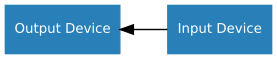
Before: docs/images/source_values/source_values.png, a diagram exported from Graphviz (gpiozero/gpiozero). Its source is kept beside it as docs/images/source_values/source_values.dot. Source of this version:
```dot
/* vim: set et sw=4 sts=4: */

digraph {
    graph [rankdir=RL];
    node [shape=rect, style=filled, color="#2980b9", fontname=Sans, fontcolor="#ffffff", fontsize=10];
    edge [arrowhead=normal, style=solid];

    input [label="Input Device"]
    output [label="Output Device"]

    input -> output;
}
```
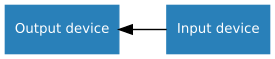
Later version of the same file.

The edit, as a diff of the source:
```diff
@@ -5,8 +5,8 @@
     node [shape=rect, style=filled, color="#2980b9", fontname=Sans, fontcolor="#ffffff", fontsize=10];
     edge [arrowhead=normal, style=solid];
 
-    input [label="Input Device"]
-    output [label="Output Device"]
+    input [label="Input device"]
+    output [label="Output device"]
 
     input -> output;
 }
```
